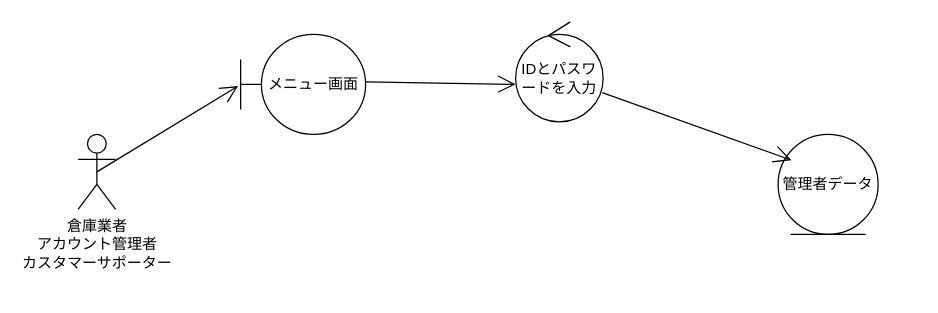
Before: group/3-3_総合演習1_BBショップ注文管理システム/ロバストネス図/lo_a_02_logout .drawio in ko246/ohara_uml, a draw.io diagram. Source tidied: cells renumbered, new cells numbered last; positions are measured from the earlier drawing's top-left corner, leaving out a move shared by most shapes. Both pictures are drawn from the tidied source at 125%, with x=0, y=0 at pixel (78, 21).
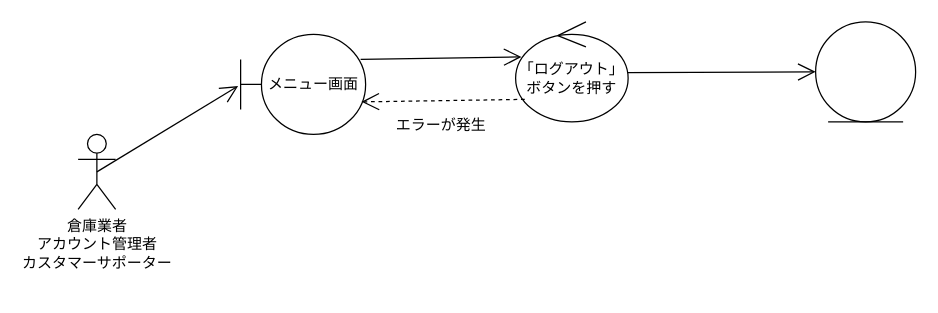
After the change.

Commit message:
管理者のログアウト少しいじり

Change to the diagram source:
```diff
@@
 <mxGraphModel>
   <root>
     <mxCell id="0" />
     <mxCell id="1" parent="0" />
     <mxCell id="2" value="倉庫業者&lt;div&gt;&lt;font color=&quot;#000000&quot;&gt;アカウント管理者&lt;/font&gt;&lt;/div&gt;&lt;div&gt;&lt;font color=&quot;#000000&quot;&gt;カスタマーサポーター&lt;/font&gt;&lt;/div&gt;&lt;div&gt;&lt;font color=&quot;#000000&quot;&gt;&lt;br&gt;&lt;/font&gt;&lt;/div&gt;" style="shape=umlActor;verticalLabelPosition=bottom;verticalAlign=top;html=1;" parent="1" vertex="1">
       <mxGeometry y="90" width="30" height="60" as="geometry" />
     </mxCell>
     <mxCell id="3" value="メニュー画面" style="shape=umlBoundary;whiteSpace=wrap;html=1;" parent="1" vertex="1">
       <mxGeometry x="130" y="10" width="100" height="80" as="geometry" />
     </mxCell>
-    <mxCell id="4" value="IDとパスワードを入力" style="ellipse;shape=umlControl;whiteSpace=wrap;html=1;" parent="1" vertex="1">
-      <mxGeometry x="350" width="70" height="80" as="geometry" />
+    <mxCell id="4" value="「ログアウト」&lt;div&gt;ボタンを押す&lt;/div&gt;" style="ellipse;shape=umlControl;whiteSpace=wrap;html=1;" parent="1" vertex="1">
+      <mxGeometry x="350" width="90" height="80" as="geometry" />
     </mxCell>
-    <mxCell id="5" value="管理者データ" style="ellipse;shape=umlEntity;whiteSpace=wrap;html=1;" parent="1" vertex="1">
-      <mxGeometry x="560" y="90" width="80" height="80" as="geometry" />
+    <mxCell id="5" style="ellipse;shape=umlEntity;whiteSpace=wrap;html=1;" parent="1" vertex="1">
+      <mxGeometry x="590" width="80" height="80" as="geometry" />
     </mxCell>
     <mxCell id="6" style="endArrow=open;endFill=1;endSize=12;html=1;exitX=0.5;exitY=0.5;exitDx=0;exitDy=0;exitPerimeter=0;entryX=-0.02;entryY=0.517;entryDx=0;entryDy=0;entryPerimeter=0;" parent="1" edge="1" source="2" target="3">
       <mxGeometry relative="1" as="geometry" />
     </mxCell>
-    <mxCell id="7" style="endArrow=open;endFill=1;endSize=12;html=1;exitX=1;exitY=0.475;exitDx=0;exitDy=0;exitPerimeter=0;entryX=0;entryY=0.625;entryDx=0;entryDy=0;entryPerimeter=0;" parent="1" edge="1" source="3" target="4">
+    <mxCell id="7" style="endArrow=open;endFill=1;endSize=12;html=1;exitX=0.96;exitY=0.25;exitDx=0;exitDy=0;exitPerimeter=0;entryX=0.052;entryY=0.35;entryDx=0;entryDy=0;entryPerimeter=0;" parent="1" edge="1" source="3" target="4">
       <mxGeometry relative="1" as="geometry" />
     </mxCell>
-    <mxCell id="8" style="endArrow=open;endFill=1;endSize=12;html=1;exitX=0.99;exitY=0.708;exitDx=0;exitDy=0;exitPerimeter=0;entryX=0.133;entryY=0.258;entryDx=0;entryDy=0;entryPerimeter=0;" parent="1" edge="1" source="4" target="5">
+    <mxCell id="8" style="endArrow=open;endFill=1;endSize=12;html=1;exitX=0.993;exitY=0.508;exitDx=0;exitDy=0;exitPerimeter=0;entryX=0;entryY=0.5;entryDx=0;entryDy=0;" parent="1" edge="1" source="4" target="5">
       <mxGeometry relative="1" as="geometry" />
     </mxCell>
+    <mxCell id="9" style="endArrow=open;endFill=1;endSize=12;html=1;exitX=0.081;exitY=0.775;exitDx=0;exitDy=0;exitPerimeter=0;dashed=1;entryX=0.967;entryY=0.675;entryDx=0;entryDy=0;entryPerimeter=0;" parent="1" edge="1" source="4" target="3">
+      <mxGeometry relative="1" as="geometry" />
+    </mxCell>
+    <mxCell id="10" value="エラーが発生" style="text;html=1;align=center;verticalAlign=middle;strokeColor=none;fillColor=none;" parent="1" vertex="1">
+      <mxGeometry x="240" y="68" width="100" height="30" as="geometry" />
+    </mxCell>
   </root>
 </mxGraphModel>
```
